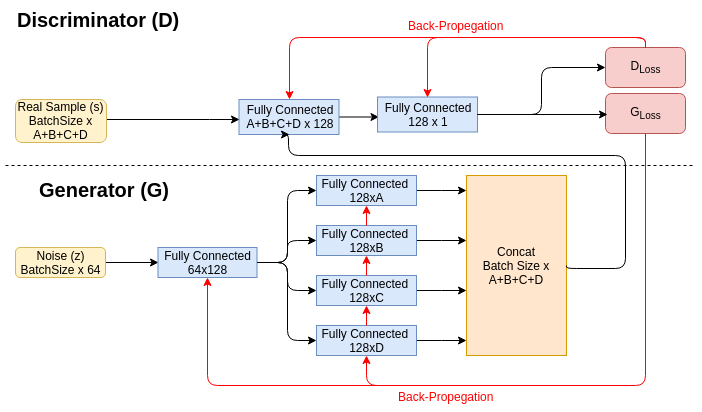
Above: 04_design_implementation/figs/model_simple.png in AMRakibulHasan/Sweet_Thesis (draw.io), before the change. Source tidied: cells renumbered, new cells last; positions are measured from the earlier drawing's top-left corner, leaving out a move shared by most shapes.
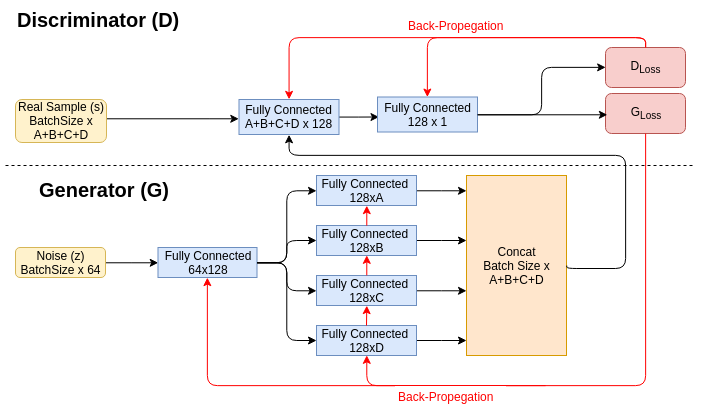
The same file after the commit.

The edit, as a diff of the source:
```diff
@@ -73,14 +73,13 @@
     <mxCell id="23" value="Concat&lt;br&gt;Batch Size x A+B+C+D&lt;br&gt;" style="rounded=0;whiteSpace=wrap;html=1;fillColor=#ffe6cc;strokeColor=#d79b00;" parent="1" vertex="1">
       <mxGeometry x="461" y="170" width="100" height="180" as="geometry" />
     </mxCell>
-    <mxCell id="24" style="endArrow=classic;html=1;exitX=1;exitY=0.5;edgeStyle=orthogonalEdgeStyle;entryX=0.5;entryY=1;entryDx=0;entryDy=0;" parent="1" edge="1" source="23" target="18">
+    <mxCell id="24" style="endArrow=classic;html=1;exitX=1;exitY=0.5;edgeStyle=orthogonalEdgeStyle;entryX=0.5;entryY=1;" parent="1" edge="1" source="23" target="18">
       <mxGeometry relative="1" as="geometry">
         <Array as="points">
           <mxPoint x="561" y="263" />
           <mxPoint x="620" y="263" />
           <mxPoint x="620" y="150" />
           <mxPoint x="283" y="150" />
-          <mxPoint x="283" y="129" />
         </Array>
       </mxGeometry>
     </mxCell>
```
